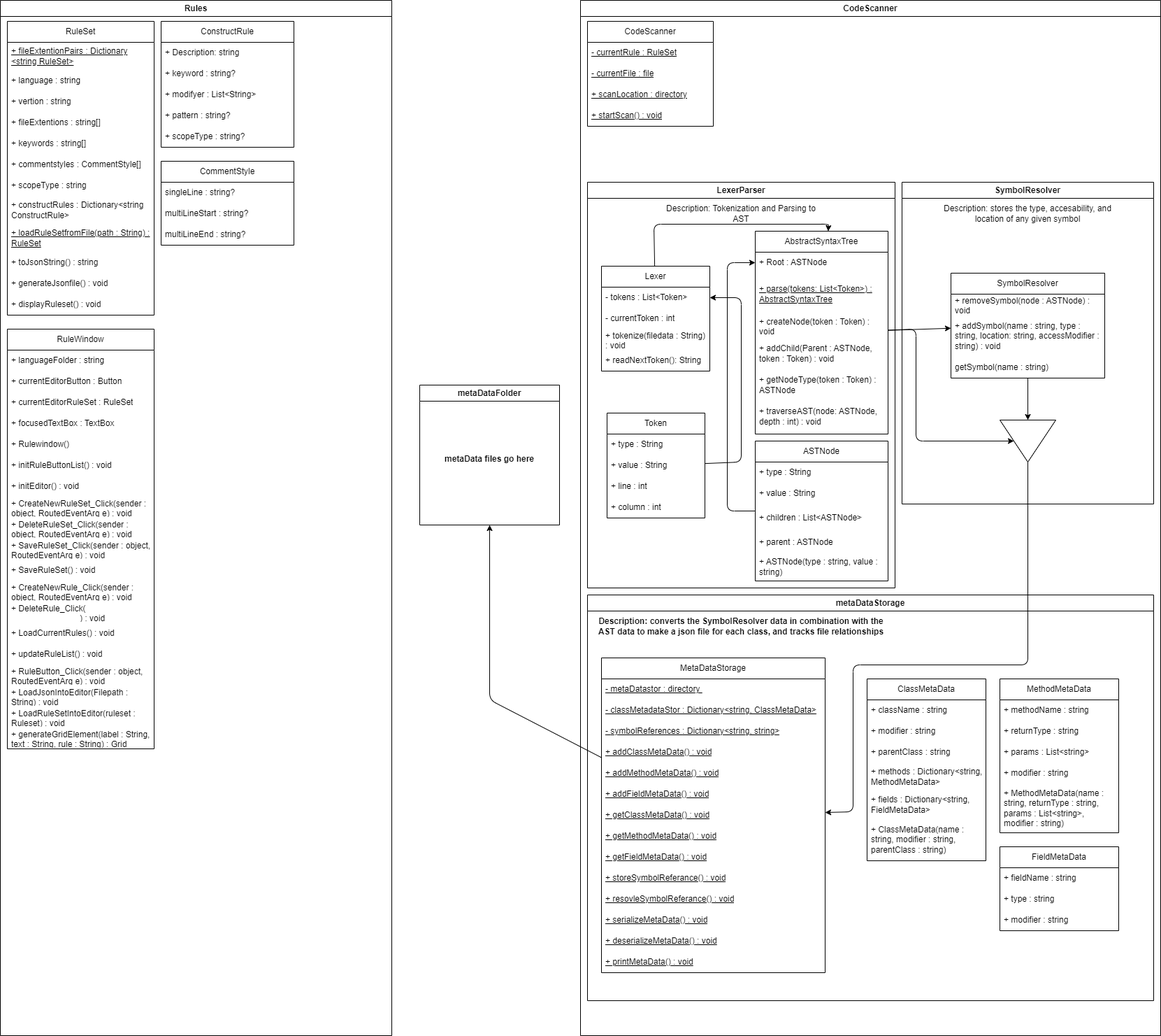
Above: Diagram.drawio.png in ErikBarker/UML-Generator (draw.io), before the change. Source tidied: cells renumbered, new cells last; positions are measured from the earlier drawing's top-left corner, leaving out a move shared by most shapes.
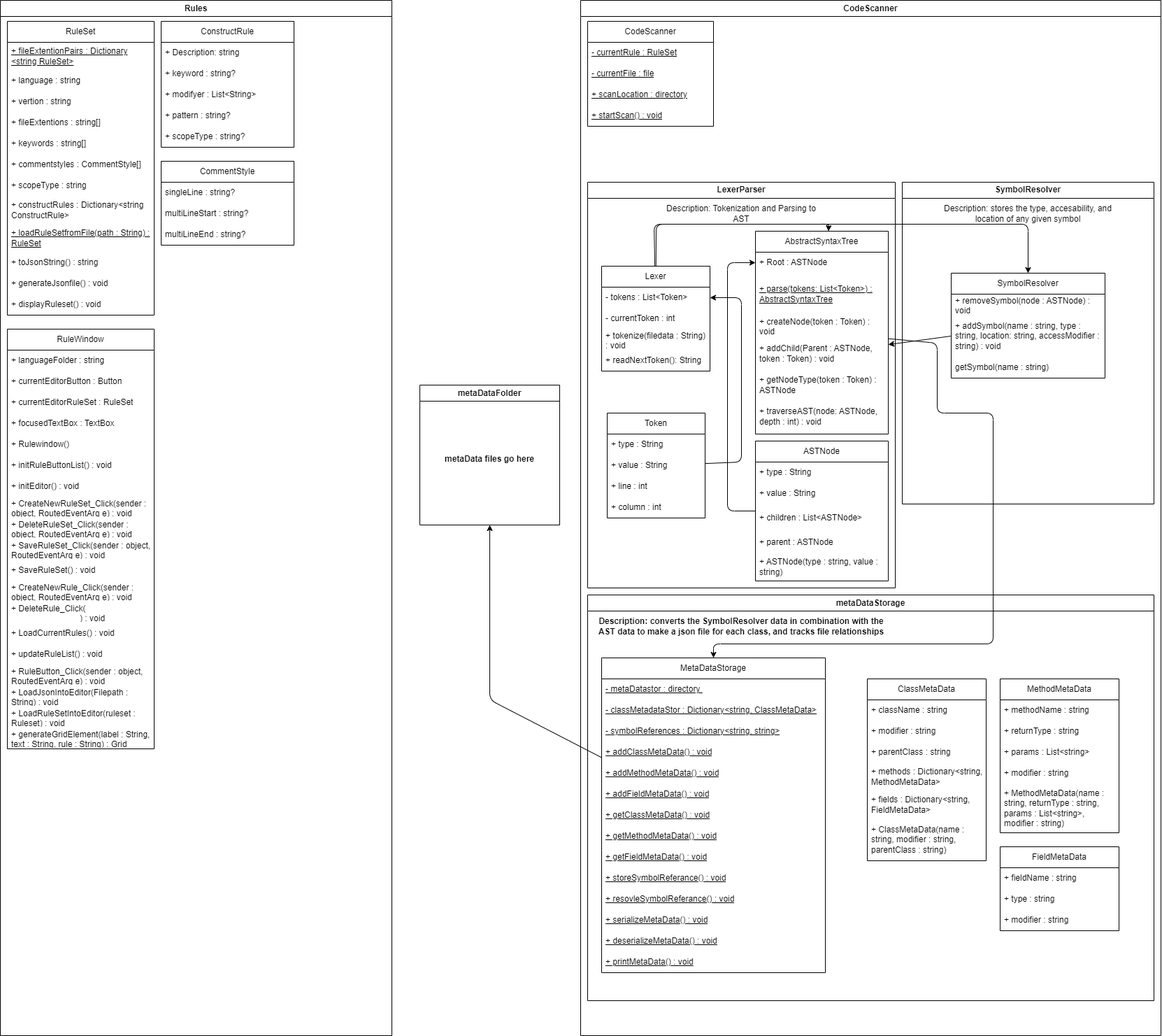
The same file after the commit.

The edit, as a diff of the source:
```diff
@@ -125,9 +125,6 @@
     <mxCell id="37" value="Description: stores the type, accesability, and location of any given symbol" style="text;html=1;align=center;verticalAlign=middle;whiteSpace=wrap;rounded=0;" parent="36" vertex="1">
       <mxGeometry x="50" y="30" width="260" height="30" as="geometry" />
     </mxCell>
-    <mxCell id="38" style="edgeStyle=none;html=1;" parent="36" edge="1" source="39" target="43">
-      <mxGeometry relative="1" as="geometry" />
-    </mxCell>
     <mxCell id="39" value="SymbolResolver" style="swimlane;fontStyle=0;horizontal=1;startSize=30;whiteSpace=wrap;html=1;" parent="36" vertex="1">
       <mxGeometry x="70" y="130" width="220" height="150" as="geometry" />
     </mxCell>
@@ -140,9 +137,6 @@
     <mxCell id="42" value="getSymbol(name : string)" style="text;strokeColor=none;fillColor=none;align=left;verticalAlign=middle;spacingLeft=4;spacingRight=4;overflow=hidden;whiteSpace=wrap;html=1;" parent="39" vertex="1">
       <mxGeometry y="120" width="220" height="30" as="geometry" />
     </mxCell>
-    <mxCell id="43" style="triangle;whiteSpace=wrap;html=1;rotation=90;" parent="36" vertex="1">
-      <mxGeometry x="150" y="330" width="60" height="80" as="geometry" />
-    </mxCell>
     <mxCell id="44" value="metaDataStorage" style="swimlane;whiteSpace=wrap;html=1;strokeColor=default;align=center;verticalAlign=middle;fontFamily=Helvetica;fontSize=12;fontColor=default;fontStyle=1;fillColor=default;" parent="2" vertex="1">
       <mxGeometry x="10" y="850" width="810" height="580" as="geometry" />
     </mxCell>
@@ -245,26 +239,28 @@
     <mxCell id="77" value="+ modifier : string" style="text;strokeColor=none;fillColor=none;align=left;verticalAlign=middle;spacingLeft=4;spacingRight=4;overflow=hidden;whiteSpace=wrap;html=1;" parent="74" vertex="1">
       <mxGeometry y="90" width="170" height="30" as="geometry" />
     </mxCell>
-    <mxCell id="78" style="edgeStyle=none;html=1;" parent="2" edge="1" source="15" target="39">
-      <mxGeometry relative="1" as="geometry" />
-    </mxCell>
-    <mxCell id="79" style="edgeStyle=none;html=1;" parent="2" edge="1" source="15" target="43">
-      <mxGeometry relative="1" as="geometry">
-        <Array as="points">
-          <mxPoint x="480" y="470" />
-          <mxPoint x="480" y="630" />
-        </Array>
-      </mxGeometry>
-    </mxCell>
-    <mxCell id="80" style="edgeStyle=none;html=1;" parent="2" edge="1" source="43" target="45">
-      <mxGeometry relative="1" as="geometry">
-        <Array as="points">
-          <mxPoint x="640" y="950" />
-          <mxPoint x="390" y="950" />
-          <mxPoint x="390" y="1160" />
-        </Array>
-      </mxGeometry>
-    </mxCell>
+    <mxCell id="128" style="edgeStyle=none;html=1;" parent="2" edge="1" source="10" target="39">
+      <mxGeometry relative="1" as="geometry">
+        <Array as="points">
+          <mxPoint x="108" y="320" />
+          <mxPoint x="640" y="320" />
+        </Array>
+      </mxGeometry>
+    </mxCell>
+    <mxCell id="129" style="edgeStyle=none;html=1;" parent="2" edge="1" source="39" target="19">
+      <mxGeometry relative="1" as="geometry" />
+    </mxCell>
+    <mxCell id="130" style="edgeStyle=none;html=1;" parent="2" edge="1" source="15" target="45">
+      <mxGeometry relative="1" as="geometry">
+        <Array as="points">
+          <mxPoint x="510" y="490" />
+          <mxPoint x="510" y="590" />
+          <mxPoint x="590" y="590" />
+          <mxPoint x="590" y="920" />
+          <mxPoint x="190" y="920" />
+        </Array>
+      </mxGeometry>
+    </mxCell>
     <mxCell id="81" value="metaDataFolder" style="swimlane;whiteSpace=wrap;html=1;strokeColor=default;align=center;verticalAlign=middle;fontFamily=Helvetica;fontSize=12;fontColor=default;fontStyle=1;fillColor=default;" parent="1" vertex="1">
       <mxGeometry x="600" y="550" width="200" height="200" as="geometry" />
     </mxCell>
```
